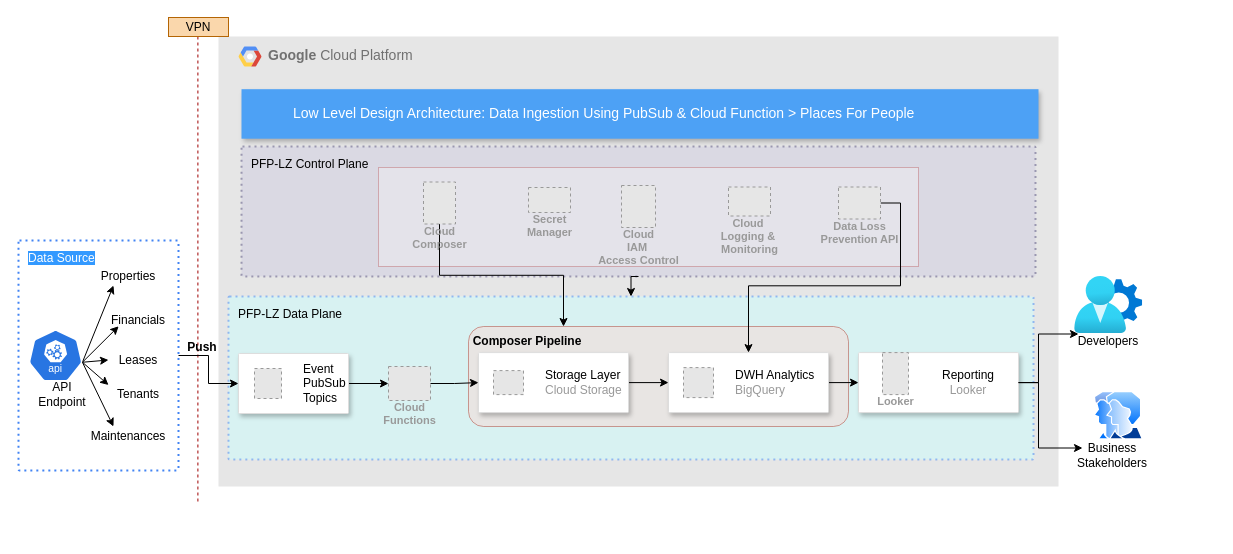
Earlier version of the draw.io diagram PFP-Sample/PFP-LLD-Approach2.drawio (harshaldharme/ProjectSpaces). Source tidied: cells renumbered, new cells numbered last; positions are measured from the earlier drawing's top-left corner, leaving out a move shared by most shapes. Both pictures are drawn from the tidied source at 100%, with x=0, y=0 at pixel (18, 17). Pictures stored in the file or linked from it are replaced by grey dashed boxes.
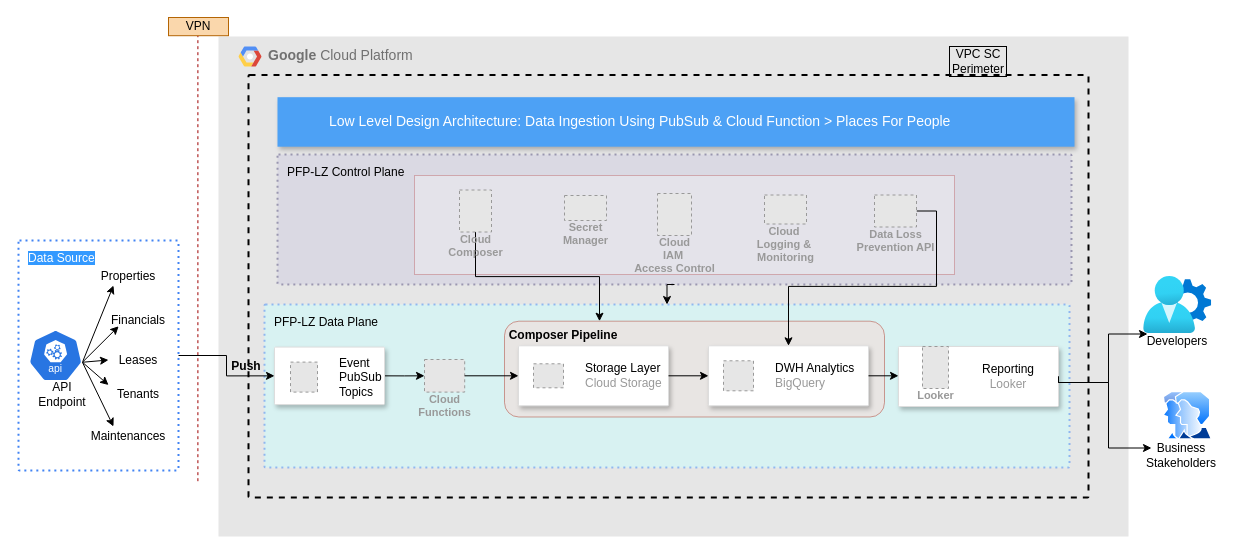
The same diagram, later.

The change refers to these unchanged cells:
```xml
<mxCell id="35" style="strokeColor=#dddddd;shadow=1;strokeWidth=1;rounded=1;absoluteArcSize=1;arcSize=2;" parent="34" vertex="1">
  <mxGeometry width="160" height="60" as="geometry" />
</mxCell>
```

What changed in the source:
```diff
@@
     <mxCell id="2" value="&lt;b&gt;Google &lt;/b&gt;Cloud Platform" style="fillColor=#E6E6E6;strokeColor=none;shadow=0;gradientColor=none;fontSize=14;align=left;spacing=10;fontColor=#717171;9E9E9E;verticalAlign=top;spacingTop=-4;fontStyle=0;spacingLeft=40;html=1;" parent="1" vertex="1">
-      <mxGeometry x="200" y="19" width="840" height="450" as="geometry" />
+      <mxGeometry x="200" y="19" width="910" height="500" as="geometry" />
     </mxCell>
     <mxCell id="3" value="&lt;font color=&quot;#000000&quot;&gt;PFP-LZ Data Plane&lt;/font&gt;" style="rounded=1;absoluteArcSize=1;arcSize=2;html=1;strokeColor=#4284F3;gradientColor=none;shadow=0;dashed=1;fontSize=12;fontColor=#9E9E9E;align=left;verticalAlign=top;spacing=10;spacingTop=-4;fillColor=#CCFFFF;dashPattern=1 2;strokeWidth=2;opacity=50;" parent="1" vertex="1">
-      <mxGeometry x="210" y="279" width="805" height="163" as="geometry" />
+      <mxGeometry x="246" y="287" width="805" height="163" as="geometry" />
     </mxCell>
     <mxCell id="4" style="group;" parent="1" vertex="1">
-      <mxGeometry x="150" width="842" height="484" as="geometry" />
+      <mxGeometry x="150" width="920" height="479" as="geometry" />
     </mxCell>
     <mxCell id="5" style="rounded=1;whiteSpace=wrap;html=1;opacity=50;fillColor=#fad9d5;strokeColor=#ae4132;" parent="4" vertex="1">
-      <mxGeometry x="300" y="309" width="380" height="100" as="geometry" />
+      <mxGeometry x="336" y="303.7" width="380" height="95.8" as="geometry" />
     </mxCell>
     <mxCell id="6" style="endArrow=none;html=1;rounded=0;dashed=1;strokeColor=#9E0000;" parent="4" edge="1">
       <mxGeometry relative="1" as="geometry">
-        <mxPoint x="29.4" y="484" as="sourcePoint" />
-        <mxPoint x="29.4" y="19" as="targetPoint" />
+        <mxPoint x="29.4" y="463.7" as="sourcePoint" />
+        <mxPoint x="29.4" y="18.2" as="targetPoint" />
       </mxGeometry>
     </mxCell>
     <mxCell id="7" value="VPN" style="text;html=1;align=center;verticalAlign=middle;whiteSpace=wrap;rounded=0;fillColor=#fad7ac;strokeColor=#b46504;" parent="4" vertex="1">
-      <mxGeometry width="60" height="19" as="geometry" />
+      <mxGeometry width="60" height="18.2" as="geometry" />
     </mxCell>
     <mxCell id="8" value="Push" style="text;html=1;align=center;verticalAlign=middle;whiteSpace=wrap;rounded=0;fontStyle=1;" parent="4" vertex="1">
-      <mxGeometry x="4" y="315" width="60" height="30" as="geometry" />
+      <mxGeometry x="48" y="334.3" width="60" height="28.7" as="geometry" />
     </mxCell>
     <mxCell id="9" value="&lt;b&gt;Composer Pipeline&lt;/b&gt;" style="text;html=1;align=center;verticalAlign=middle;whiteSpace=wrap;rounded=0;" parent="4" vertex="1">
-      <mxGeometry x="300" y="309" width="118" height="30" as="geometry" />
+      <mxGeometry x="336" y="303.7" width="118" height="28.7" as="geometry" />
     </mxCell>
@@
     <mxCell id="11" style="strokeColor=#dddddd;shadow=1;strokeWidth=1;rounded=1;absoluteArcSize=1;arcSize=2;" parent="4" vertex="1">
-      <mxGeometry x="70" y="336" width="110" height="60" as="geometry" />
+      <mxGeometry x="106" y="329.6" width="110" height="57.5" as="geometry" />
     </mxCell>
@@
     <mxCell id="13" value="Cloud&#10;Functions" style="fillColor=#E6E6E6;strokeColor=#999999;dashed=1;html=1;verticalAlign=top;labelPosition=center;verticalLabelPosition=bottom;align=center;spacingTop=-6;fontSize=11;fontStyle=1;fontColor=#999999;" parent="4" vertex="1">
-      <mxGeometry x="220" y="349" width="42" height="34" as="geometry" />
+      <mxGeometry x="256" y="342" width="40.2" height="32.6" as="geometry" />
     </mxCell>
+    <mxCell id="58" style="rounded=1;absoluteArcSize=1;arcSize=2;html=1;strokeColor=#000000;gradientColor=none;shadow=0;dashed=1;fontSize=12;fontColor=#9E9E9E;align=left;verticalAlign=top;spacing=10;spacingTop=-4;fillColor=none;strokeWidth=2;" parent="4" vertex="1">
+      <mxGeometry x="80" y="57.5" width="840" height="422.5" as="geometry" />
+    </mxCell>
+    <mxCell id="26" style="strokeColor=#dddddd;shadow=1;strokeWidth=1;rounded=1;absoluteArcSize=1;arcSize=2;" parent="4" vertex="1">
+      <mxGeometry x="350" y="328.3" width="150" height="60" as="geometry" />
+    </mxCell>
+    <mxCell id="27" value="&lt;font color=&quot;#000000&quot;&gt;Storage Layer&lt;/font&gt;&lt;br&gt;Cloud Storage" style="fillColor=#E6E6E6;strokeColor=#999999;dashed=1;html=1;fontColor=#999999;verticalLabelPosition=middle;verticalAlign=middle;labelPosition=right;align=left;spacingLeft=20;" parent="26" vertex="1">
+      <mxGeometry width="30" height="24" relative="1" as="geometry">
+        <mxPoint x="15" y="18" as="offset" />
+      </mxGeometry>
+    </mxCell>
+    <mxCell id="56" style="edgeStyle=orthogonalEdgeStyle;rounded=0;jettySize=auto;html=1;exitX=1;exitY=0.5;exitDx=0;exitDy=0;entryX=0;entryY=0.5;entryDx=0;entryDy=0;" parent="4" edge="1" source="13" target="26">
+      <mxGeometry relative="1" as="geometry" />
+    </mxCell>
+    <mxCell id="23" style="strokeColor=#dddddd;shadow=1;strokeWidth=1;rounded=1;absoluteArcSize=1;arcSize=2;" parent="4" vertex="1">
+      <mxGeometry x="540" y="328.3" width="160" height="60" as="geometry" />
+    </mxCell>
+    <mxCell id="24" value="&lt;div&gt;&lt;font color=&quot;#000000&quot;&gt;DWH Analytics&lt;/font&gt;&lt;br&gt;BigQuery&lt;/div&gt;" style="fillColor=#E6E6E6;strokeColor=#999999;dashed=1;html=1;fontColor=#999999;verticalLabelPosition=middle;verticalAlign=middle;labelPosition=right;align=left;spacingLeft=20;" parent="23" vertex="1">
+      <mxGeometry width="30" height="30" relative="1" as="geometry">
+        <mxPoint x="15" y="15" as="offset" />
+      </mxGeometry>
+    </mxCell>
+    <mxCell id="25" style="edgeStyle=orthogonalEdgeStyle;rounded=0;jettySize=auto;html=1;exitX=1;exitY=0.5;exitDx=0;exitDy=0;entryX=0;entryY=0.5;entryDx=0;entryDy=0;" parent="4" edge="1" source="26" target="23">
+      <mxGeometry relative="1" as="geometry" />
+    </mxCell>
     <mxCell id="14" value="PFP-LZ Control Plane" style="rounded=1;absoluteArcSize=1;arcSize=2;html=1;strokeColor=#56517e;shadow=0;dashed=1;fontSize=12;align=left;verticalAlign=top;spacing=10;spacingTop=-4;fillColor=#d0cee2;dashPattern=1 2;strokeWidth=2;opacity=50;" parent="1" vertex="1">
-      <mxGeometry x="223" y="129" width="794" height="130" as="geometry" />
+      <mxGeometry x="259" y="137" width="794" height="130" as="geometry" />
     </mxCell>
     <mxCell id="15" style="rounded=0;whiteSpace=wrap;html=1;opacity=25;strokeColor=#9E0000;" parent="1" vertex="1">
-      <mxGeometry x="360" y="150" width="540" height="99" as="geometry" />
+      <mxGeometry x="396" y="158" width="540" height="99" as="geometry" />
     </mxCell>
@@
     <mxCell id="18" value="Low Level Design Architecture: Data Ingestion Using PubSub &amp;amp; Cloud Function &amp;gt; Places For People" style="fillColor=#4DA1F5;strokeColor=none;shadow=1;gradientColor=none;fontSize=14;align=left;spacingLeft=50;fontColor=#ffffff;html=1;" parent="1" vertex="1">
-      <mxGeometry x="223" y="71.7" width="797" height="49.5" as="geometry" />
+      <mxGeometry x="259" y="79.7" width="797" height="49.5" as="geometry" />
     </mxCell>
     <mxCell id="19" value="Cloud&lt;br&gt;IAM&amp;nbsp;&lt;br&gt;Access Control" style="fillColor=#E6E6E6;strokeColor=#999999;dashed=1;html=1;verticalAlign=top;labelPosition=center;verticalLabelPosition=bottom;align=center;spacingTop=-6;fontSize=11;fontStyle=1;fontColor=#999999;" parent="1" vertex="1">
-      <mxGeometry x="603" y="168" width="34" height="42" as="geometry" />
+      <mxGeometry x="639" y="176" width="34" height="42" as="geometry" />
     </mxCell>
@@
     <mxCell id="21" value="Data Loss&#10;Prevention API" style="fillColor=#E6E6E6;strokeColor=#999999;dashed=1;html=1;verticalAlign=top;labelPosition=center;verticalLabelPosition=bottom;align=center;spacingTop=-6;fontSize=11;fontStyle=1;fontColor=#999999;" parent="1" vertex="1">
-      <mxGeometry x="820" y="169.5" width="42" height="32" as="geometry" />
+      <mxGeometry x="856" y="177.5" width="42" height="32" as="geometry" />
     </mxCell>
@@
-    <mxCell id="23" style="strokeColor=#dddddd;shadow=1;strokeWidth=1;rounded=1;absoluteArcSize=1;arcSize=2;" parent="1" vertex="1">
-      <mxGeometry x="650" y="335.1" width="160" height="60" as="geometry" />
-    </mxCell>
-    <mxCell id="24" value="&lt;div&gt;&lt;font color=&quot;#000000&quot;&gt;DWH Analytics&lt;/font&gt;&lt;br&gt;BigQuery&lt;/div&gt;" style="fillColor=#E6E6E6;strokeColor=#999999;dashed=1;html=1;fontColor=#999999;verticalLabelPosition=middle;verticalAlign=middle;labelPosition=right;align=left;spacingLeft=20;" parent="23" vertex="1">
-      <mxGeometry width="30" height="30" relative="1" as="geometry">
-        <mxPoint x="15" y="15" as="offset" />
-      </mxGeometry>
-    </mxCell>
-    <mxCell id="25" style="edgeStyle=orthogonalEdgeStyle;rounded=0;jettySize=auto;html=1;exitX=1;exitY=0.5;exitDx=0;exitDy=0;entryX=0;entryY=0.5;entryDx=0;entryDy=0;" parent="1" edge="1" source="26" target="23">
-      <mxGeometry relative="1" as="geometry" />
-    </mxCell>
-    <mxCell id="26" style="strokeColor=#dddddd;shadow=1;strokeWidth=1;rounded=1;absoluteArcSize=1;arcSize=2;" parent="1" vertex="1">
-      <mxGeometry x="460" y="335.1" width="150" height="60" as="geometry" />
-    </mxCell>
-    <mxCell id="27" value="&lt;font color=&quot;#000000&quot;&gt;Storage Layer&lt;/font&gt;&lt;br&gt;Cloud Storage" style="fillColor=#E6E6E6;strokeColor=#999999;dashed=1;html=1;fontColor=#999999;verticalLabelPosition=middle;verticalAlign=middle;labelPosition=right;align=left;spacingLeft=20;" parent="26" vertex="1">
-      <mxGeometry width="30" height="24" relative="1" as="geometry">
-        <mxPoint x="15" y="18" as="offset" />
-      </mxGeometry>
-    </mxCell>
     <mxCell id="28" value="Cloud&amp;nbsp;&lt;div&gt;Logging &amp;amp;&amp;nbsp;&lt;br&gt;Monitoring&lt;/div&gt;" style="fillColor=#E6E6E6;strokeColor=#999999;dashed=1;html=1;verticalAlign=top;labelPosition=center;verticalLabelPosition=bottom;align=center;spacingTop=-6;fontSize=11;fontStyle=1;fontColor=#999999;" parent="1" vertex="1">
-      <mxGeometry x="710" y="169.5" width="42" height="29" as="geometry" />
+      <mxGeometry x="746" y="177.5" width="42" height="29" as="geometry" />
     </mxCell>
     <mxCell id="29" style="image;perimeter=ellipsePerimeter;html=1;align=center;shadow=0;dashed=0;spacingTop=3;image=img/lib/active_directory/user_accounts.svg;flipV=0;flipH=1;" parent="1" vertex="1">
-      <mxGeometry x="1074.2" y="374" width="50" height="48.5" as="geometry" />
+      <mxGeometry x="1143.2" y="374" width="50" height="48.5" as="geometry" />
     </mxCell>
     <mxCell id="30" value="Business&lt;div&gt;Stakeholders&lt;/div&gt;" style="text;html=1;align=center;verticalAlign=middle;whiteSpace=wrap;rounded=0;" parent="1" vertex="1">
-      <mxGeometry x="1064" y="423" width="60" height="30" as="geometry" />
+      <mxGeometry x="1133" y="423" width="60" height="30" as="geometry" />
     </mxCell>
     <mxCell id="31" style="image;html=1;align=center;fontSize=12;image=img/lib/azure2/identity/User_Settings.svg;" parent="1" vertex="1">
-      <mxGeometry x="1056.2" y="259" width="68" height="56.9" as="geometry" />
+      <mxGeometry x="1125.2" y="259" width="68" height="56.9" as="geometry" />
     </mxCell>
     <mxCell id="32" value="Developers" style="text;html=1;align=center;verticalAlign=middle;whiteSpace=wrap;rounded=0;" parent="1" vertex="1">
-      <mxGeometry x="1060" y="309" width="60" height="30" as="geometry" />
+      <mxGeometry x="1129" y="309" width="60" height="30" as="geometry" />
     </mxCell>
     <mxCell id="33" value="Secret&#10;Manager" style="fillColor=#E6E6E6;strokeColor=#999999;dashed=1;html=1;verticalAlign=top;labelPosition=center;verticalLabelPosition=bottom;align=center;spacingTop=-6;fontSize=11;fontStyle=1;fontColor=#999999;" parent="1" vertex="1">
-      <mxGeometry x="510" y="170" width="42" height="25" as="geometry" />
+      <mxGeometry x="546" y="178" width="42" height="25" as="geometry" />
     </mxCell>
     <mxCell id="34" style="group;" parent="1" vertex="1">
-      <mxGeometry x="840" y="335.1" width="160" height="60" as="geometry" />
+      <mxGeometry x="880" y="329" width="160" height="60" as="geometry" />
     </mxCell>
@@
     <mxCell id="39" value="Cloud&#10;Composer" style="fillColor=#E6E6E6;strokeColor=#999999;dashed=1;html=1;verticalAlign=top;labelPosition=center;verticalLabelPosition=bottom;align=center;spacingTop=-6;fontSize=11;fontStyle=1;fontColor=#999999;" parent="1" vertex="1">
-      <mxGeometry x="405" y="164.5" width="32" height="42" as="geometry" />
+      <mxGeometry x="441" y="172.5" width="32" height="42" as="geometry" />
     </mxCell>
     <mxCell id="40" style="edgeStyle=orthogonalEdgeStyle;rounded=0;jettySize=auto;html=1;exitX=1;exitY=0.5;exitDx=0;exitDy=0;entryX=0;entryY=0.25;entryDx=0;entryDy=0;" parent="1" edge="1" source="35" target="32">
       <mxGeometry relative="1" as="geometry">
         <Array as="points">
-          <mxPoint x="1020" y="366" />
-          <mxPoint x="1020" y="317" />
+          <mxPoint x="1090" y="365" />
+          <mxPoint x="1090" y="317" />
         </Array>
       </mxGeometry>
     </mxCell>
     <mxCell id="41" style="edgeStyle=orthogonalEdgeStyle;rounded=0;jettySize=auto;html=1;exitX=1;exitY=0.5;exitDx=0;exitDy=0;entryX=0;entryY=0.25;entryDx=0;entryDy=0;" parent="1" edge="1" source="35" target="30">
       <mxGeometry relative="1" as="geometry">
         <Array as="points">
-          <mxPoint x="1020" y="366" />
-          <mxPoint x="1020" y="431" />
+          <mxPoint x="1090" y="365" />
+          <mxPoint x="1090" y="431" />
         </Array>
       </mxGeometry>
     </mxCell>
@@
-    <mxCell id="56" style="edgeStyle=orthogonalEdgeStyle;rounded=0;jettySize=auto;html=1;exitX=1;exitY=0.5;exitDx=0;exitDy=0;entryX=0;entryY=0.5;entryDx=0;entryDy=0;" parent="1" edge="1" source="13" target="26">
-      <mxGeometry relative="1" as="geometry" />
-    </mxCell>
@@
+    <mxCell id="59" value="VPC SC Perimeter" style="text;html=1;align=center;verticalAlign=middle;whiteSpace=wrap;rounded=0;fontFamily=Helvetica;fontSize=12;fontColor=default;labelBorderColor=#000000;" parent="1" vertex="1">
+      <mxGeometry x="930" y="29" width="60" height="30" as="geometry" />
+    </mxCell>
```
